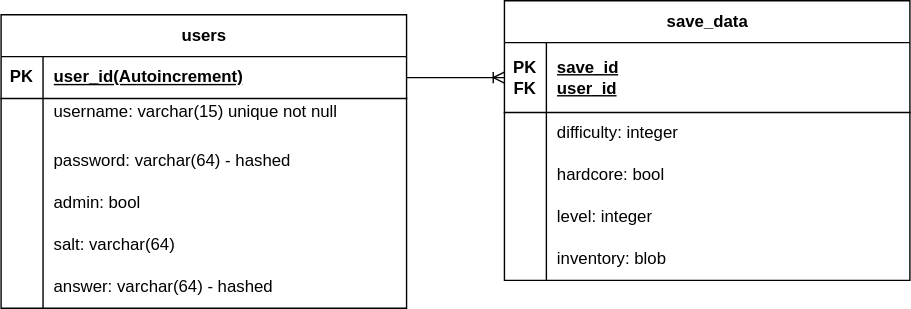
Earlier version of the draw.io export Documentation/images/design/Database_Design.svg (JCSnelson/JSnelson-NEA). Source tidied: cells renumbered, new cells last; positions are measured from the earlier drawing's top-left corner, leaving out a move shared by most shapes.
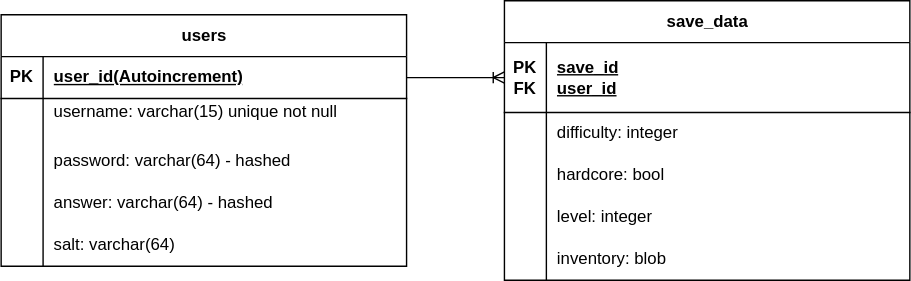
Above is the later version.

The edit, as a diff of the source:
```diff
@@ -3,7 +3,7 @@
     <mxCell id="0" />
     <mxCell id="1" parent="0" />
     <mxCell id="2" value="users" style="shape=table;startSize=30;rowLines=0;fontStyle=1;align=center;html=1;" parent="1" vertex="1">
-      <mxGeometry y="10" width="290" height="210" as="geometry" />
+      <mxGeometry y="10" width="290" height="180" as="geometry" />
     </mxCell>
     <mxCell id="3" style="shape=tableRow;horizontal=0;startSize=0;swimlaneHead=0;swimlaneBody=0;fillColor=none;points=[[0,0.5],[1,0.5]];portConstraint=eastwest;top=0;left=0;right=0;bottom=1;" parent="2" vertex="1">
       <mxGeometry y="30" width="290" height="30" as="geometry" />
@@ -38,7 +38,7 @@
     <mxCell id="13" style="shape=partialRectangle;fillColor=none;top=0;left=0;bottom=0;right=0;overflow=hidden;whiteSpace=wrap;html=1;" parent="12" vertex="1">
       <mxGeometry width="30" height="30" as="geometry" />
     </mxCell>
-    <mxCell id="14" value="admin: bool" style="shape=partialRectangle;fillColor=none;top=0;left=0;bottom=0;right=0;align=left;spacingLeft=6;overflow=hidden;whiteSpace=wrap;html=1;" parent="12" vertex="1">
+    <mxCell id="14" value="answer: varchar(64) - hashed" style="shape=partialRectangle;fillColor=none;top=0;left=0;bottom=0;right=0;align=left;spacingLeft=6;overflow=hidden;whiteSpace=wrap;html=1;" parent="12" vertex="1">
       <mxGeometry x="30" width="260" height="30" as="geometry" />
     </mxCell>
     <mxCell id="15" style="shape=tableRow;horizontal=0;startSize=0;swimlaneHead=0;swimlaneBody=0;fillColor=none;top=0;left=0;right=0;bottom=0;" parent="2" vertex="1">
@@ -50,15 +50,6 @@
     <mxCell id="17" value="&lt;div&gt;salt: varchar(64)&lt;/div&gt;" style="shape=partialRectangle;fillColor=none;top=0;left=0;bottom=0;right=0;align=left;spacingLeft=6;overflow=hidden;whiteSpace=wrap;html=1;" parent="15" vertex="1">
       <mxGeometry x="30" width="260" height="30" as="geometry" />
     </mxCell>
-    <mxCell id="18" style="shape=tableRow;horizontal=0;startSize=0;swimlaneHead=0;swimlaneBody=0;fillColor=none;top=0;left=0;right=0;bottom=0;" parent="2" vertex="1">
-      <mxGeometry y="180" width="290" height="30" as="geometry" />
-    </mxCell>
-    <mxCell id="19" style="shape=partialRectangle;fillColor=none;top=0;left=0;bottom=0;right=0;overflow=hidden;whiteSpace=wrap;html=1;" parent="18" vertex="1">
-      <mxGeometry width="30" height="30" as="geometry" />
-    </mxCell>
-    <mxCell id="20" value="answer: varchar(64) - hashed" style="shape=partialRectangle;fillColor=none;top=0;left=0;bottom=0;right=0;align=left;spacingLeft=6;overflow=hidden;whiteSpace=wrap;html=1;" parent="18" vertex="1">
-      <mxGeometry x="30" width="260" height="30" as="geometry" />
-    </mxCell>
     <mxCell id="21" value="save_data" style="shape=table;startSize=30;rowLines=0;fontStyle=1;align=center;html=1;" parent="1" vertex="1">
       <mxGeometry x="360" width="290" height="200" as="geometry" />
     </mxCell>
```
